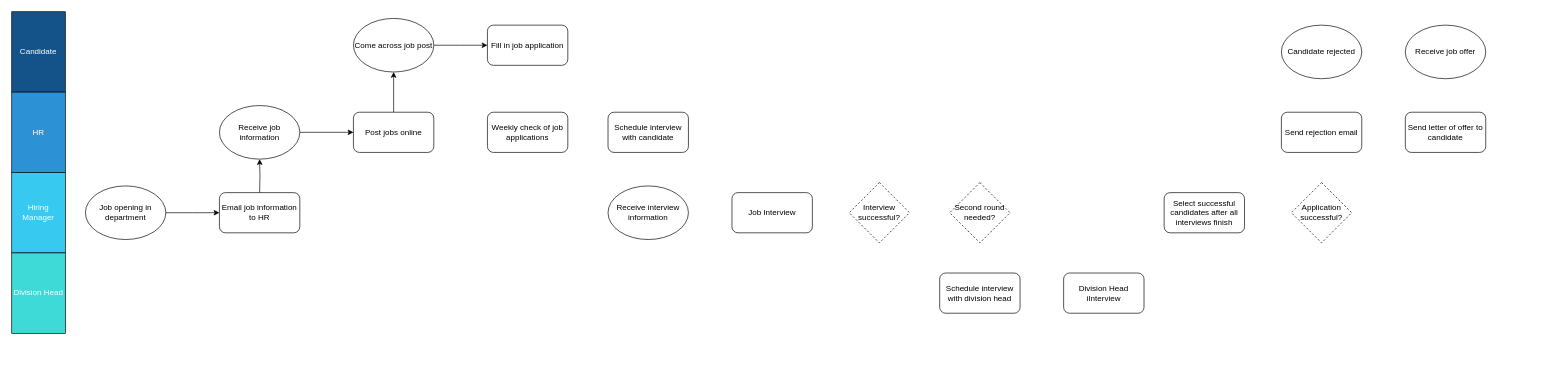
This is ATS AS IS.drawio from ryanliong/ToDoList, a draw.io file, before an edit. Source tidied: cells renumbered, new cells numbered last; positions are measured from the earlier drawing's top-left corner, leaving out a move shared by most shapes. Both pictures are drawn from the tidied source at 67%, with x=0, y=0 at pixel (11, 11).
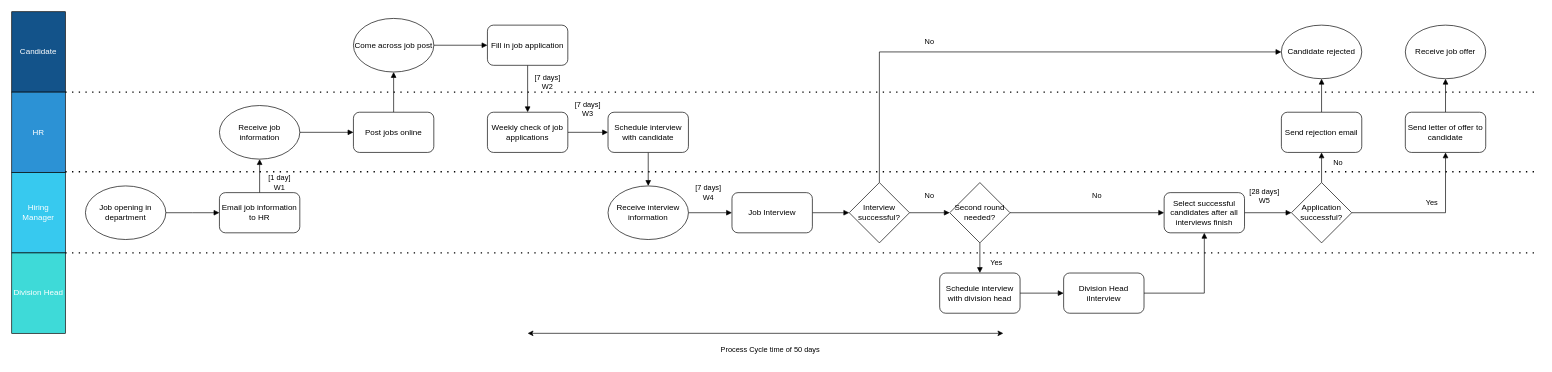
Above is the later version.

The change refers to these unchanged cells:
```xml
<mxCell id="3" value="&lt;font color=&quot;#ffffff&quot;&gt;HR&lt;/font&gt;" style="rounded=0;whiteSpace=wrap;html=1;direction=south;fillColor=#2C92D5;" parent="1" vertex="1">
  <mxGeometry y="120" width="80" height="120" as="geometry" />
</mxCell>
<mxCell id="7" value="Job opening in department" style="ellipse;whiteSpace=wrap;html=1;" parent="1" vertex="1">
  <mxGeometry x="110" y="260" width="120" height="80" as="geometry" />
</mxCell>
<mxCell id="10" value="Receive job information" style="ellipse;whiteSpace=wrap;html=1;" parent="1" vertex="1">
  <mxGeometry x="310" y="140" width="120" height="80" as="geometry" />
</mxCell>
<mxCell id="12" value="Post jobs online" style="rounded=1;whiteSpace=wrap;html=1;" parent="1" vertex="1">
  <mxGeometry x="510" y="150" width="120" height="60" as="geometry" />
</mxCell>
<mxCell id="13" value="Email job information to HR" style="rounded=1;whiteSpace=wrap;html=1;" parent="1" vertex="1">
  <mxGeometry x="310" y="270" width="120" height="60" as="geometry" />
</mxCell>
<mxCell id="15" value="Come across job post" style="ellipse;whiteSpace=wrap;html=1;" parent="1" vertex="1">
  <mxGeometry x="510" y="10" width="120" height="80" as="geometry" />
</mxCell>
<mxCell id="16" value="Fill in job application" style="rounded=1;whiteSpace=wrap;html=1;" parent="1" vertex="1">
  <mxGeometry x="710" y="20" width="120" height="60" as="geometry" />
</mxCell>
<mxCell id="17" value="Weekly check of job applications" style="rounded=1;whiteSpace=wrap;html=1;" parent="1" vertex="1">
  <mxGeometry x="710" y="150" width="120" height="60" as="geometry" />
</mxCell>
<mxCell id="18" value="Schedule interview with candidate" style="rounded=1;whiteSpace=wrap;html=1;" parent="1" vertex="1">
  <mxGeometry x="890" y="150" width="120" height="60" as="geometry" />
</mxCell>
<mxCell id="19" value="Receive interview information" style="ellipse;whiteSpace=wrap;html=1;" parent="1" vertex="1">
  <mxGeometry x="890" y="260" width="120" height="80" as="geometry" />
</mxCell>
<mxCell id="20" value="Job Interview" style="rounded=1;whiteSpace=wrap;html=1;" parent="1" vertex="1">
  <mxGeometry x="1075" y="270" width="120" height="60" as="geometry" />
</mxCell>
<mxCell id="23" value="Schedule interview with division head" style="rounded=1;whiteSpace=wrap;html=1;" parent="1" vertex="1">
  <mxGeometry x="1385" y="390" width="120" height="60" as="geometry" />
</mxCell>
<mxCell id="24" value="Division Head iInterview" style="rounded=1;whiteSpace=wrap;html=1;" parent="1" vertex="1">
  <mxGeometry x="1570" y="390" width="120" height="60" as="geometry" />
</mxCell>
<mxCell id="25" value="Select successful candidates after all interviews finish" style="rounded=1;whiteSpace=wrap;html=1;" parent="1" vertex="1">
  <mxGeometry x="1720" y="270" width="120" height="60" as="geometry" />
</mxCell>
<mxCell id="27" value="Send rejection email" style="rounded=1;whiteSpace=wrap;html=1;" parent="1" vertex="1">
  <mxGeometry x="1895" y="150" width="120" height="60" as="geometry" />
</mxCell>
<mxCell id="28" value="Send letter of offer to candidate" style="rounded=1;whiteSpace=wrap;html=1;" parent="1" vertex="1">
  <mxGeometry x="2080" y="150" width="120" height="60" as="geometry" />
</mxCell>
<mxCell id="29" value="Candidate rejected" style="ellipse;whiteSpace=wrap;html=1;" parent="1" vertex="1">
  <mxGeometry x="1895" y="20" width="120" height="80" as="geometry" />
</mxCell>
<mxCell id="30" value="Receive job offer" style="ellipse;whiteSpace=wrap;html=1;" parent="1" vertex="1">
  <mxGeometry x="2080" y="20" width="120" height="80" as="geometry" />
</mxCell>
```

Diff of the diagram source:
```diff
@@
-    <mxCell id="6" style="edgeStyle=orthogonalEdgeStyle;rounded=0;jettySize=auto;html=1;" parent="1" edge="1" source="7">
+    <mxCell id="6" style="edgeStyle=orthogonalEdgeStyle;rounded=0;jettySize=auto;html=1;endArrow=block;endFill=1;" parent="1" edge="1" source="7">
       <mxGeometry relative="1" as="geometry">
         <mxPoint x="310" y="300" as="targetPoint" />
       </mxGeometry>
     </mxCell>
@@
-    <mxCell id="8" style="edgeStyle=orthogonalEdgeStyle;rounded=0;jettySize=auto;html=1;" parent="1" edge="1" target="10">
-      <mxGeometry relative="1" as="geometry">
-        <mxPoint x="370" y="270" as="sourcePoint" />
-      </mxGeometry>
-    </mxCell>
-    <mxCell id="9" style="edgeStyle=orthogonalEdgeStyle;rounded=0;jettySize=auto;html=1;" parent="1" edge="1" source="10" target="12">
+    <mxCell id="9" style="edgeStyle=orthogonalEdgeStyle;shape=connector;rounded=0;jettySize=auto;html=1;labelBackgroundColor=default;strokeColor=default;fontFamily=Helvetica;fontSize=11;fontColor=default;endArrow=block;endFill=1;" parent="1" edge="1" source="10" target="12">
       <mxGeometry relative="1" as="geometry" />
     </mxCell>
@@
-    <mxCell id="11" style="edgeStyle=orthogonalEdgeStyle;rounded=0;jettySize=auto;html=1;" parent="1" edge="1" source="12" target="15">
+    <mxCell id="11" style="edgeStyle=orthogonalEdgeStyle;shape=connector;rounded=0;jettySize=auto;html=1;labelBackgroundColor=default;strokeColor=default;fontFamily=Helvetica;fontSize=11;fontColor=default;endArrow=block;endFill=1;" parent="1" edge="1" source="12" target="15">
       <mxGeometry relative="1" as="geometry" />
     </mxCell>
@@
+    <mxCell id="31" style="edgeStyle=orthogonalEdgeStyle;shape=connector;rounded=0;jettySize=auto;html=1;labelBackgroundColor=default;strokeColor=default;fontFamily=Helvetica;fontSize=11;fontColor=default;endArrow=block;endFill=1;" parent="1" edge="1" source="13" target="10">
+      <mxGeometry relative="1" as="geometry" />
+    </mxCell>
@@
-    <mxCell id="14" style="edgeStyle=orthogonalEdgeStyle;rounded=0;jettySize=auto;html=1;" parent="1" edge="1" source="15">
-      <mxGeometry relative="1" as="geometry">
-        <mxPoint x="710" y="50" as="targetPoint" />
-      </mxGeometry>
-    </mxCell>
+    <mxCell id="32" style="edgeStyle=orthogonalEdgeStyle;shape=connector;rounded=0;jettySize=auto;html=1;labelBackgroundColor=default;strokeColor=default;fontFamily=Helvetica;fontSize=11;fontColor=default;endArrow=block;endFill=1;" parent="1" edge="1" source="15" target="16">
+      <mxGeometry relative="1" as="geometry" />
+    </mxCell>
@@
+    <mxCell id="33" style="edgeStyle=orthogonalEdgeStyle;shape=connector;rounded=0;jettySize=auto;html=1;labelBackgroundColor=default;strokeColor=default;fontFamily=Helvetica;fontSize=11;fontColor=default;endArrow=block;endFill=1;" parent="1" edge="1" source="16" target="17">
+      <mxGeometry relative="1" as="geometry" />
+    </mxCell>
@@
+    <mxCell id="34" style="edgeStyle=orthogonalEdgeStyle;shape=connector;rounded=0;jettySize=auto;html=1;labelBackgroundColor=default;strokeColor=default;fontFamily=Helvetica;fontSize=11;fontColor=default;endArrow=block;endFill=1;" parent="1" edge="1" source="17" target="18">
+      <mxGeometry relative="1" as="geometry" />
+    </mxCell>
@@
+    <mxCell id="35" style="edgeStyle=orthogonalEdgeStyle;shape=connector;rounded=0;jettySize=auto;html=1;labelBackgroundColor=default;strokeColor=default;fontFamily=Helvetica;fontSize=11;fontColor=default;endArrow=block;endFill=1;" parent="1" edge="1" source="18" target="19">
+      <mxGeometry relative="1" as="geometry" />
+    </mxCell>
@@
+    <mxCell id="36" style="edgeStyle=orthogonalEdgeStyle;shape=connector;rounded=0;jettySize=auto;html=1;labelBackgroundColor=default;strokeColor=default;fontFamily=Helvetica;fontSize=11;fontColor=default;endArrow=block;endFill=1;" parent="1" edge="1" source="19" target="20">
+      <mxGeometry relative="1" as="geometry" />
+    </mxCell>
@@
+    <mxCell id="37" style="edgeStyle=orthogonalEdgeStyle;shape=connector;rounded=0;jettySize=auto;html=1;labelBackgroundColor=default;strokeColor=default;fontFamily=Helvetica;fontSize=11;fontColor=default;endArrow=block;endFill=1;" parent="1" edge="1" source="20" target="21">
+      <mxGeometry relative="1" as="geometry" />
+    </mxCell>
@@
+    <mxCell id="38" style="edgeStyle=orthogonalEdgeStyle;shape=connector;rounded=0;jettySize=auto;html=1;labelBackgroundColor=default;strokeColor=default;fontFamily=Helvetica;fontSize=11;fontColor=default;endArrow=block;endFill=1;" parent="1" edge="1" source="21" target="22">
+      <mxGeometry relative="1" as="geometry" />
+    </mxCell>
+    <mxCell id="39" style="edgeStyle=orthogonalEdgeStyle;shape=connector;rounded=0;jettySize=auto;html=1;exitX=0.5;exitY=0;exitDx=0;exitDy=0;entryX=0;entryY=0.5;entryDx=0;entryDy=0;labelBackgroundColor=default;strokeColor=default;fontFamily=Helvetica;fontSize=11;fontColor=default;endArrow=block;endFill=1;" parent="1" edge="1" source="21" target="29">
+      <mxGeometry relative="1" as="geometry" />
+    </mxCell>
-    <mxCell id="21" value="Interview successful?" style="rhombus;whiteSpace=wrap;html=1;dashed=1;" parent="1" vertex="1">
+    <mxCell id="21" value="Interview successful?" style="rhombus;whiteSpace=wrap;html=1;" parent="1" vertex="1">
       <mxGeometry x="1250" y="255" width="90" height="90" as="geometry" />
     </mxCell>
+    <mxCell id="40" style="edgeStyle=orthogonalEdgeStyle;shape=connector;rounded=0;jettySize=auto;html=1;labelBackgroundColor=default;strokeColor=default;fontFamily=Helvetica;fontSize=11;fontColor=default;endArrow=block;endFill=1;" parent="1" edge="1" source="22" target="23">
+      <mxGeometry relative="1" as="geometry" />
+    </mxCell>
+    <mxCell id="41" style="edgeStyle=orthogonalEdgeStyle;shape=connector;rounded=0;jettySize=auto;html=1;exitX=1;exitY=0.5;exitDx=0;exitDy=0;labelBackgroundColor=default;strokeColor=default;fontFamily=Helvetica;fontSize=11;fontColor=default;endArrow=block;endFill=1;" parent="1" edge="1" source="22" target="25">
+      <mxGeometry relative="1" as="geometry" />
+    </mxCell>
-    <mxCell id="22" value="Second round needed?" style="rhombus;whiteSpace=wrap;html=1;dashed=1;" parent="1" vertex="1">
+    <mxCell id="22" value="Second round needed?" style="rhombus;whiteSpace=wrap;html=1;" parent="1" vertex="1">
       <mxGeometry x="1400" y="255" width="90" height="90" as="geometry" />
     </mxCell>
+    <mxCell id="42" style="edgeStyle=orthogonalEdgeStyle;shape=connector;rounded=0;jettySize=auto;html=1;labelBackgroundColor=default;strokeColor=default;fontFamily=Helvetica;fontSize=11;fontColor=default;endArrow=block;endFill=1;" parent="1" edge="1" source="23" target="24">
+      <mxGeometry relative="1" as="geometry" />
+    </mxCell>
@@
+    <mxCell id="43" style="edgeStyle=orthogonalEdgeStyle;shape=connector;rounded=0;jettySize=auto;html=1;exitX=1;exitY=0.5;exitDx=0;exitDy=0;entryX=0.5;entryY=1;entryDx=0;entryDy=0;labelBackgroundColor=default;strokeColor=default;fontFamily=Helvetica;fontSize=11;fontColor=default;endArrow=block;endFill=1;" parent="1" edge="1" source="24" target="25">
+      <mxGeometry relative="1" as="geometry" />
+    </mxCell>
@@
+    <mxCell id="44" style="edgeStyle=orthogonalEdgeStyle;shape=connector;rounded=0;jettySize=auto;html=1;labelBackgroundColor=default;strokeColor=default;fontFamily=Helvetica;fontSize=11;fontColor=default;endArrow=block;endFill=1;" parent="1" edge="1" source="25" target="26">
+      <mxGeometry relative="1" as="geometry" />
+    </mxCell>
@@
+    <mxCell id="45" style="edgeStyle=orthogonalEdgeStyle;shape=connector;rounded=0;jettySize=auto;html=1;labelBackgroundColor=default;strokeColor=default;fontFamily=Helvetica;fontSize=11;fontColor=default;endArrow=block;endFill=1;" parent="1" edge="1" source="26" target="27">
+      <mxGeometry relative="1" as="geometry" />
+    </mxCell>
+    <mxCell id="46" style="edgeStyle=orthogonalEdgeStyle;shape=connector;rounded=0;jettySize=auto;html=1;exitX=1;exitY=0.5;exitDx=0;exitDy=0;entryX=0.5;entryY=1;entryDx=0;entryDy=0;labelBackgroundColor=default;strokeColor=default;fontFamily=Helvetica;fontSize=11;fontColor=default;endArrow=block;endFill=1;" parent="1" edge="1" source="26" target="28">
+      <mxGeometry relative="1" as="geometry" />
+    </mxCell>
-    <mxCell id="26" value="Application successful?" style="rhombus;whiteSpace=wrap;html=1;dashed=1;" parent="1" vertex="1">
+    <mxCell id="26" value="Application successful?" style="rhombus;whiteSpace=wrap;html=1;" parent="1" vertex="1">
       <mxGeometry x="1910" y="255" width="90" height="90" as="geometry" />
     </mxCell>
+    <mxCell id="47" style="edgeStyle=orthogonalEdgeStyle;shape=connector;rounded=0;jettySize=auto;html=1;labelBackgroundColor=default;strokeColor=default;fontFamily=Helvetica;fontSize=11;fontColor=default;endArrow=block;endFill=1;" parent="1" edge="1" source="27" target="29">
+      <mxGeometry relative="1" as="geometry" />
+    </mxCell>
@@
+    <mxCell id="48" style="edgeStyle=orthogonalEdgeStyle;shape=connector;rounded=0;jettySize=auto;html=1;labelBackgroundColor=default;strokeColor=default;fontFamily=Helvetica;fontSize=11;fontColor=default;endArrow=block;endFill=1;" parent="1" edge="1" source="28" target="30">
+      <mxGeometry relative="1" as="geometry" />
+    </mxCell>
@@
+    <mxCell id="49" style="endArrow=none;dashed=1;html=1;strokeWidth=2;rounded=0;labelBackgroundColor=default;strokeColor=default;fontFamily=Helvetica;fontSize=11;fontColor=default;shape=connector;exitX=0;exitY=0;exitDx=0;exitDy=0;dashPattern=1 4;" parent="1" edge="1" source="3">
+      <mxGeometry relative="1" as="geometry">
+        <mxPoint x="2280" y="120" as="targetPoint" />
+      </mxGeometry>
+    </mxCell>
+    <mxCell id="50" style="endArrow=none;html=1;strokeWidth=2;rounded=0;labelBackgroundColor=default;strokeColor=default;fontFamily=Helvetica;fontSize=11;fontColor=default;shape=connector;exitX=0;exitY=0;exitDx=0;exitDy=0;dashed=1;dashPattern=1 4;" parent="1" edge="1">
+      <mxGeometry relative="1" as="geometry">
+        <mxPoint x="80" y="238.8" as="sourcePoint" />
+        <mxPoint x="2280" y="238.8" as="targetPoint" />
+      </mxGeometry>
+    </mxCell>
+    <mxCell id="51" style="endArrow=none;dashed=1;html=1;strokeWidth=2;rounded=0;labelBackgroundColor=default;strokeColor=default;fontFamily=Helvetica;fontSize=11;fontColor=default;shape=connector;exitX=0;exitY=0;exitDx=0;exitDy=0;dashPattern=1 4;" parent="1" edge="1">
+      <mxGeometry relative="1" as="geometry">
+        <mxPoint x="80" y="360" as="sourcePoint" />
+        <mxPoint x="2280" y="360" as="targetPoint" />
+      </mxGeometry>
+    </mxCell>
+    <mxCell id="52" value="[1 day]&lt;br&gt;W1" style="text;html=1;strokeColor=none;fillColor=none;align=center;verticalAlign=middle;whiteSpace=wrap;rounded=0;fontSize=11;fontFamily=Helvetica;fontColor=default;" parent="1" vertex="1">
+      <mxGeometry x="370" y="240" width="60" height="30" as="geometry" />
+    </mxCell>
+    <mxCell id="53" value="[7 days]&lt;br&gt;W2" style="text;html=1;strokeColor=none;fillColor=none;align=center;verticalAlign=middle;whiteSpace=wrap;rounded=0;fontSize=11;fontFamily=Helvetica;fontColor=default;" parent="1" vertex="1">
+      <mxGeometry x="770" y="90" width="60" height="30" as="geometry" />
+    </mxCell>
+    <mxCell id="54" value="[7 days]&lt;br&gt;W3" style="text;html=1;strokeColor=none;fillColor=none;align=center;verticalAlign=middle;whiteSpace=wrap;rounded=0;fontSize=11;fontFamily=Helvetica;fontColor=default;" parent="1" vertex="1">
+      <mxGeometry x="830" y="130" width="60" height="30" as="geometry" />
+    </mxCell>
+    <mxCell id="55" value="[7 days]&lt;br&gt;W4" style="text;html=1;strokeColor=none;fillColor=none;align=center;verticalAlign=middle;whiteSpace=wrap;rounded=0;fontSize=11;fontFamily=Helvetica;fontColor=default;" parent="1" vertex="1">
+      <mxGeometry x="1010" y="255" width="60" height="30" as="geometry" />
+    </mxCell>
+    <mxCell id="56" value="No" style="text;html=1;strokeColor=none;fillColor=none;align=center;verticalAlign=middle;whiteSpace=wrap;rounded=0;fontSize=11;fontFamily=Helvetica;fontColor=default;" parent="1" vertex="1">
+      <mxGeometry x="1340" y="260" width="60" height="30" as="geometry" />
+    </mxCell>
+    <mxCell id="57" value="No" style="text;html=1;strokeColor=none;fillColor=none;align=center;verticalAlign=middle;whiteSpace=wrap;rounded=0;fontSize=11;fontFamily=Helvetica;fontColor=default;" parent="1" vertex="1">
+      <mxGeometry x="1590" y="260" width="60" height="30" as="geometry" />
+    </mxCell>
+    <mxCell id="58" value="Yes" style="text;html=1;strokeColor=none;fillColor=none;align=center;verticalAlign=middle;whiteSpace=wrap;rounded=0;fontSize=11;fontFamily=Helvetica;fontColor=default;" parent="1" vertex="1">
+      <mxGeometry x="1440" y="360" width="60" height="30" as="geometry" />
+    </mxCell>
+    <mxCell id="59" value="No" style="text;html=1;strokeColor=none;fillColor=none;align=center;verticalAlign=middle;whiteSpace=wrap;rounded=0;fontSize=11;fontFamily=Helvetica;fontColor=default;" parent="1" vertex="1">
+      <mxGeometry x="1340" y="30" width="60" height="30" as="geometry" />
+    </mxCell>
+    <mxCell id="60" value="[28 days]&lt;br&gt;W5" style="text;html=1;strokeColor=none;fillColor=none;align=center;verticalAlign=middle;whiteSpace=wrap;rounded=0;fontSize=11;fontFamily=Helvetica;fontColor=default;" parent="1" vertex="1">
+      <mxGeometry x="1840" y="260" width="60" height="30" as="geometry" />
+    </mxCell>
+    <mxCell id="61" value="No" style="text;html=1;strokeColor=none;fillColor=none;align=center;verticalAlign=middle;whiteSpace=wrap;rounded=0;fontSize=11;fontFamily=Helvetica;fontColor=default;" parent="1" vertex="1">
+      <mxGeometry x="1950" y="210" width="60" height="30" as="geometry" />
+    </mxCell>
+    <mxCell id="62" value="Yes" style="text;html=1;strokeColor=none;fillColor=none;align=center;verticalAlign=middle;whiteSpace=wrap;rounded=0;fontSize=11;fontFamily=Helvetica;fontColor=default;" parent="1" vertex="1">
+      <mxGeometry x="2090" y="270" width="60" height="30" as="geometry" />
+    </mxCell>
+    <mxCell id="63" style="endArrow=classic;startArrow=classic;html=1;rounded=0;labelBackgroundColor=default;strokeColor=default;fontFamily=Helvetica;fontSize=11;fontColor=default;shape=connector;" parent="1" edge="1">
+      <mxGeometry relative="1" as="geometry">
+        <mxPoint x="770" y="480" as="sourcePoint" />
+        <mxPoint x="1480" y="480" as="targetPoint" />
+      </mxGeometry>
+    </mxCell>
+    <mxCell id="64" value="Process Cycle time of 50 days" style="text;html=1;strokeColor=none;fillColor=none;align=center;verticalAlign=middle;whiteSpace=wrap;rounded=0;fontSize=11;fontFamily=Helvetica;fontColor=default;" parent="1" vertex="1">
+      <mxGeometry x="1040" y="490" width="185" height="30" as="geometry" />
+    </mxCell>
```
